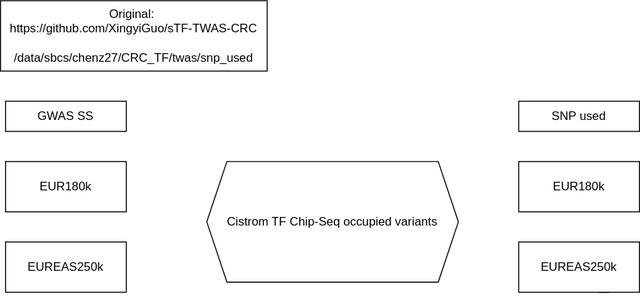
liqingbioinfo/bioworkflows keeps this draw.io diagram as scTWAS_in_CRC.drawio.svg. Above is the earlier version. Source tidied: cells renumbered, new cells last; positions are measured from the earlier drawing's top-left corner, leaving out a move shared by most shapes.
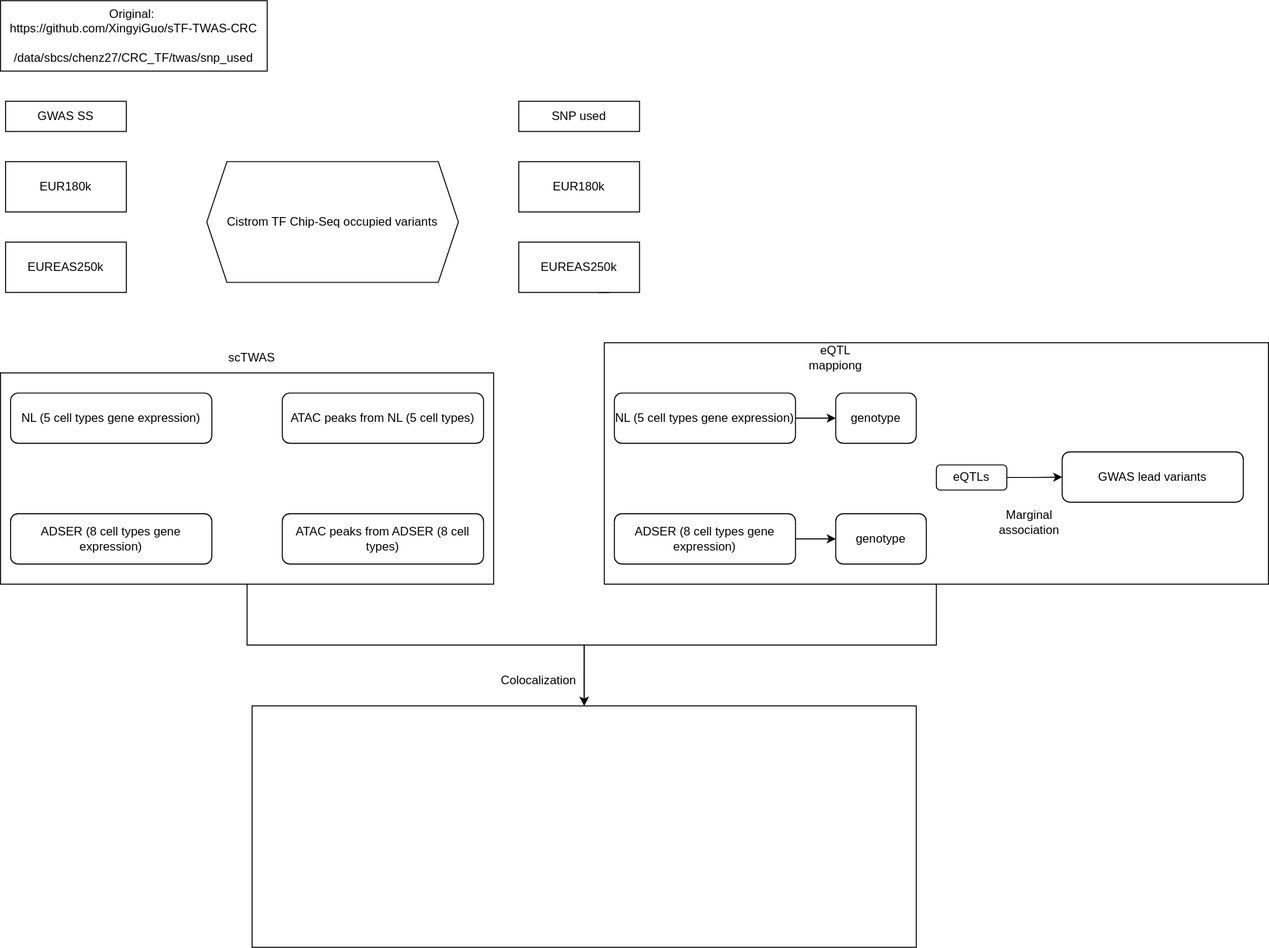
The same file after the commit.

Diff of the diagram source:
```diff
@@ -2,6 +2,12 @@
   <root>
     <mxCell id="0" />
     <mxCell id="1" parent="0" />
+    <mxCell id="11" style="edgeStyle=orthogonalEdgeStyle;rounded=0;jettySize=auto;html=1;exitX=0.5;exitY=1;exitDx=0;exitDy=0;entryX=0.5;entryY=0;entryDx=0;entryDy=0;" parent="1" edge="1" source="12" target="32">
+      <mxGeometry relative="1" as="geometry" />
+    </mxCell>
+    <mxCell id="12" style="rounded=0;whiteSpace=wrap;html=1;fillColor=none;" parent="1" vertex="1">
+      <mxGeometry x="600" y="340" width="660" height="240" as="geometry" />
+    </mxCell>
     <mxCell id="2" value="Original:&amp;nbsp;&lt;div&gt;https://github.com/XingyiGuo/sTF-TWAS-CRC&lt;div&gt;&lt;br&gt;&lt;div&gt;/data/sbcs/chenz27/CRC_TF/twas/snp_used&lt;/div&gt;&lt;/div&gt;&lt;/div&gt;" style="rounded=0;whiteSpace=wrap;html=1;" parent="1" vertex="1">
       <mxGeometry width="265" height="70" as="geometry" />
     </mxCell>
@@ -31,5 +37,65 @@
     <mxCell id="10" value="EUREAS250k" style="rounded=0;whiteSpace=wrap;html=1;" parent="1" vertex="1">
       <mxGeometry x="515" y="240" width="120" height="50" as="geometry" />
     </mxCell>
+    <mxCell id="13" value="ATAC peaks from NL (5 cell types)" style="rounded=1;whiteSpace=wrap;html=1;" parent="1" vertex="1">
+      <mxGeometry x="280" y="390" width="200" height="50" as="geometry" />
+    </mxCell>
+    <mxCell id="14" value="NL (5 cell types gene expression)" style="rounded=1;whiteSpace=wrap;html=1;" parent="1" vertex="1">
+      <mxGeometry x="10" y="390" width="200" height="50" as="geometry" />
+    </mxCell>
+    <mxCell id="15" value="ADSER (8 cell types gene expression)" style="rounded=1;whiteSpace=wrap;html=1;" parent="1" vertex="1">
+      <mxGeometry x="10" y="510" width="200" height="50" as="geometry" />
+    </mxCell>
+    <mxCell id="16" value="ATAC peaks from ADSER (8 cell types)" style="rounded=1;whiteSpace=wrap;html=1;" parent="1" vertex="1">
+      <mxGeometry x="280" y="510" width="200" height="50" as="geometry" />
+    </mxCell>
+    <mxCell id="17" style="edgeStyle=orthogonalEdgeStyle;rounded=0;jettySize=auto;html=1;exitX=0.5;exitY=1;exitDx=0;exitDy=0;entryX=0.5;entryY=0;entryDx=0;entryDy=0;" parent="1" edge="1" source="18" target="32">
+      <mxGeometry relative="1" as="geometry" />
+    </mxCell>
+    <mxCell id="18" style="rounded=0;whiteSpace=wrap;html=1;fillColor=none;" parent="1" vertex="1">
+      <mxGeometry y="370" width="490" height="210" as="geometry" />
+    </mxCell>
+    <mxCell id="19" value="scTWAS" style="text;html=1;whiteSpace=wrap;strokeColor=none;fillColor=none;align=center;verticalAlign=middle;rounded=0;" parent="1" vertex="1">
+      <mxGeometry x="220" y="340" width="60" height="30" as="geometry" />
+    </mxCell>
+    <mxCell id="20" value="genotype" style="rounded=1;whiteSpace=wrap;html=1;" parent="1" vertex="1">
+      <mxGeometry x="830" y="390" width="80" height="50" as="geometry" />
+    </mxCell>
+    <mxCell id="21" value="NL (5 cell types gene expression)" style="rounded=1;whiteSpace=wrap;html=1;" parent="1" vertex="1">
+      <mxGeometry x="610" y="390" width="180" height="50" as="geometry" />
+    </mxCell>
+    <mxCell id="22" value="ADSER (8 cell types gene expression)" style="rounded=1;whiteSpace=wrap;html=1;" parent="1" vertex="1">
+      <mxGeometry x="610" y="510" width="180" height="50" as="geometry" />
+    </mxCell>
+    <mxCell id="23" value="genotype" style="rounded=1;whiteSpace=wrap;html=1;" parent="1" vertex="1">
+      <mxGeometry x="830" y="510" width="90" height="50" as="geometry" />
+    </mxCell>
+    <mxCell id="24" value="eQTL mappiong" style="text;html=1;whiteSpace=wrap;strokeColor=none;fillColor=none;align=center;verticalAlign=middle;rounded=0;" parent="1" vertex="1">
+      <mxGeometry x="800" y="340" width="60" height="30" as="geometry" />
+    </mxCell>
+    <mxCell id="25" style="endArrow=classic;html=1;rounded=0;exitX=1;exitY=0.5;exitDx=0;exitDy=0;entryX=0;entryY=0.5;entryDx=0;entryDy=0;" parent="1" edge="1" source="22" target="23">
+      <mxGeometry relative="1" as="geometry" />
+    </mxCell>
+    <mxCell id="26" style="endArrow=classic;html=1;rounded=0;exitX=1;exitY=0.5;exitDx=0;exitDy=0;entryX=0;entryY=0.5;entryDx=0;entryDy=0;" parent="1" edge="1" source="21" target="20">
+      <mxGeometry relative="1" as="geometry" />
+    </mxCell>
+    <mxCell id="27" style="edgeStyle=orthogonalEdgeStyle;rounded=0;jettySize=auto;html=1;" parent="1" edge="1" source="28" target="29">
+      <mxGeometry relative="1" as="geometry" />
+    </mxCell>
+    <mxCell id="28" value="eQTLs" style="rounded=1;whiteSpace=wrap;html=1;" parent="1" vertex="1">
+      <mxGeometry x="930" y="461.5" width="70" height="25" as="geometry" />
+    </mxCell>
+    <mxCell id="29" value="GWAS lead variants" style="rounded=1;whiteSpace=wrap;html=1;" parent="1" vertex="1">
+      <mxGeometry x="1055" y="448.5" width="180" height="50" as="geometry" />
+    </mxCell>
+    <mxCell id="30" value="Marginal association" style="text;html=1;whiteSpace=wrap;strokeColor=none;fillColor=none;align=center;verticalAlign=middle;rounded=0;" parent="1" vertex="1">
+      <mxGeometry x="980" y="498.5" width="85" height="41.5" as="geometry" />
+    </mxCell>
+    <mxCell id="31" value="Colocalization" style="text;html=1;whiteSpace=wrap;strokeColor=none;fillColor=none;align=center;verticalAlign=middle;rounded=0;" parent="1" vertex="1">
+      <mxGeometry x="505" y="656" width="60" height="40" as="geometry" />
+    </mxCell>
+    <mxCell id="32" style="rounded=0;whiteSpace=wrap;html=1;fillColor=none;" parent="1" vertex="1">
+      <mxGeometry x="250" y="701" width="660" height="240" as="geometry" />
+    </mxCell>
   </root>
 </mxGraphModel>
```
